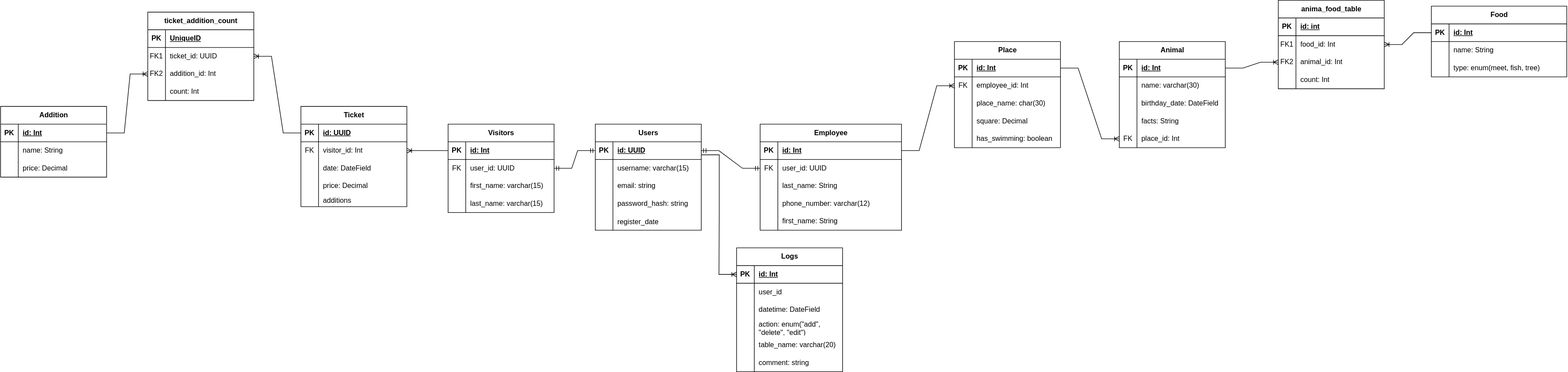
Before: DM&DBMS.drawio.svg, a diagram exported from draw.io (mi-g-alex/DM-DBMS). Source tidied: cells renumbered, new cells last; positions are measured from the earlier drawing's top-left corner, leaving out a move shared by most shapes.
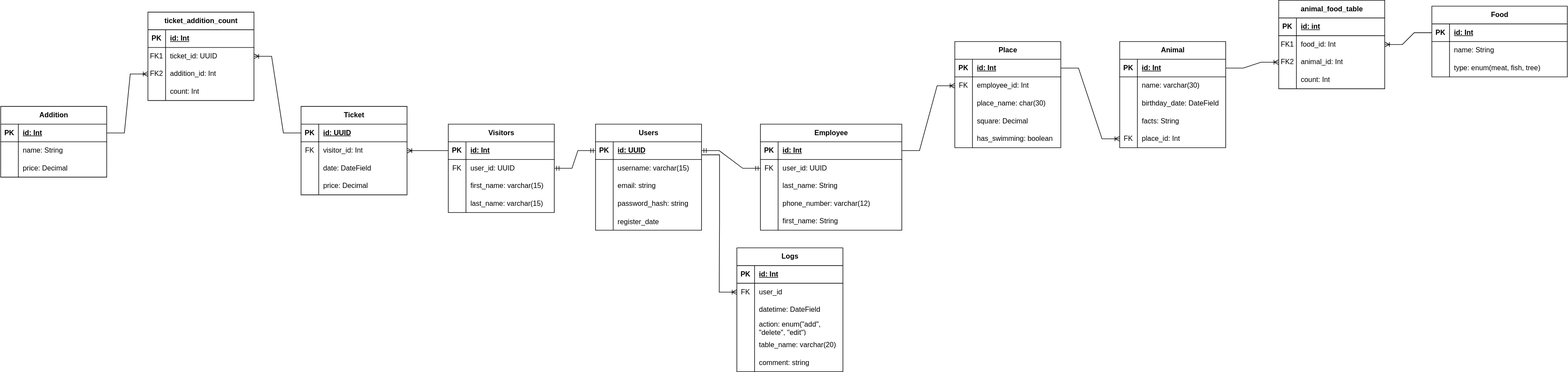
Later version of the same file.

Change to the diagram source:
```diff
@@ -93,7 +93,7 @@
       <mxGeometry relative="1" as="geometry" />
     </mxCell>
     <mxCell id="32" value="Ticket" style="shape=table;startSize=30;rowLines=0;fontStyle=1;align=center;html=1;" parent="1" vertex="1">
-      <mxGeometry x="510" y="180" width="180" height="170" as="geometry" />
+      <mxGeometry x="510" y="180" width="180" height="150" as="geometry" />
     </mxCell>
     <mxCell id="33" style="shape=tableRow;horizontal=0;startSize=0;swimlaneHead=0;swimlaneBody=0;fillColor=none;points=[[0,0.5],[1,0.5]];portConstraint=eastwest;top=0;left=0;right=0;bottom=1;" parent="32" vertex="1">
       <mxGeometry y="30" width="180" height="30" as="geometry" />
@@ -131,15 +131,6 @@
     <mxCell id="44" value="price: Decimal" style="shape=partialRectangle;fillColor=none;top=0;left=0;bottom=0;right=0;align=left;spacingLeft=6;overflow=hidden;whiteSpace=wrap;html=1;" parent="42" vertex="1">
       <mxGeometry x="30" width="150" height="30" as="geometry" />
     </mxCell>
-    <mxCell id="45" style="shape=tableRow;horizontal=0;startSize=0;swimlaneHead=0;swimlaneBody=0;fillColor=none;top=0;left=0;right=0;bottom=0;" parent="32" vertex="1">
-      <mxGeometry y="150" width="180" height="20" as="geometry" />
-    </mxCell>
-    <mxCell id="46" style="shape=partialRectangle;fillColor=none;top=0;left=0;bottom=0;right=0;overflow=hidden;whiteSpace=wrap;html=1;" parent="45" vertex="1">
-      <mxGeometry width="30" height="20" as="geometry" />
-    </mxCell>
-    <mxCell id="47" value="additions" style="shape=partialRectangle;fillColor=none;top=0;left=0;bottom=0;right=0;align=left;spacingLeft=6;overflow=hidden;whiteSpace=wrap;html=1;" parent="45" vertex="1">
-      <mxGeometry x="30" width="150" height="20" as="geometry" />
-    </mxCell>
     <mxCell id="48" value="Addition" style="shape=table;startSize=30;rowLines=0;fontStyle=1;align=center;html=1;" parent="1" vertex="1">
       <mxGeometry y="180" width="180" height="120" as="geometry" />
     </mxCell>
@@ -179,7 +170,7 @@
     <mxCell id="60" value="PK" style="shape=partialRectangle;fillColor=none;top=0;left=0;bottom=0;right=0;fontStyle=1;overflow=hidden;whiteSpace=wrap;html=1;" parent="59" vertex="1">
       <mxGeometry width="30" height="30" as="geometry" />
     </mxCell>
-    <mxCell id="61" value="UniqueID" style="shape=partialRectangle;fillColor=none;top=0;left=0;bottom=0;right=0;align=left;spacingLeft=6;fontStyle=5;overflow=hidden;whiteSpace=wrap;html=1;" parent="59" vertex="1">
+    <mxCell id="61" value="id: Int" style="shape=partialRectangle;fillColor=none;top=0;left=0;bottom=0;right=0;align=left;spacingLeft=6;fontStyle=5;overflow=hidden;whiteSpace=wrap;html=1;" parent="59" vertex="1">
       <mxGeometry x="30" width="150" height="30" as="geometry" />
     </mxCell>
     <mxCell id="62" style="shape=tableRow;horizontal=0;startSize=0;swimlaneHead=0;swimlaneBody=0;fillColor=none;points=[[0,0.5],[1,0.5]];portConstraint=eastwest;top=0;left=0;right=0;bottom=0;" parent="58" vertex="1">
@@ -392,10 +383,10 @@
     <mxCell id="131" style="shape=partialRectangle;fillColor=none;top=0;left=0;bottom=0;right=0;overflow=hidden;whiteSpace=wrap;html=1;" parent="130" vertex="1">
       <mxGeometry width="30" height="30" as="geometry" />
     </mxCell>
-    <mxCell id="132" value="type: enum(meet, fish, tree)" style="shape=partialRectangle;fillColor=none;top=0;left=0;bottom=0;right=0;align=left;spacingLeft=6;overflow=hidden;whiteSpace=wrap;html=1;" parent="130" vertex="1">
+    <mxCell id="132" value="type: enum(meat, fish, tree)" style="shape=partialRectangle;fillColor=none;top=0;left=0;bottom=0;right=0;align=left;spacingLeft=6;overflow=hidden;whiteSpace=wrap;html=1;" parent="130" vertex="1">
       <mxGeometry x="30" width="200" height="30" as="geometry" />
     </mxCell>
-    <mxCell id="133" value="anima_food_table" style="shape=table;startSize=30;rowLines=0;fontStyle=1;align=center;html=1;" parent="1" vertex="1">
+    <mxCell id="133" value="animal_food_table" style="shape=table;startSize=30;rowLines=0;fontStyle=1;align=center;html=1;" parent="1" vertex="1">
       <mxGeometry x="2170" width="180" height="150" as="geometry" />
     </mxCell>
     <mxCell id="134" style="shape=tableRow;horizontal=0;startSize=0;swimlaneHead=0;swimlaneBody=0;fillColor=none;top=0;left=0;right=0;bottom=1;" parent="133" vertex="1">
@@ -461,7 +452,7 @@
     <mxCell id="154" style="shape=tableRow;horizontal=0;startSize=0;swimlaneHead=0;swimlaneBody=0;fillColor=none;points=[[0,0.5],[1,0.5]];portConstraint=eastwest;top=0;left=0;right=0;bottom=0;" parent="150" vertex="1">
       <mxGeometry y="60" width="180" height="30" as="geometry" />
     </mxCell>
-    <mxCell id="155" style="shape=partialRectangle;fillColor=none;top=0;left=0;bottom=0;right=0;overflow=hidden;whiteSpace=wrap;html=1;" parent="154" vertex="1">
+    <mxCell id="155" value="FK" style="shape=partialRectangle;fillColor=none;top=0;left=0;bottom=0;right=0;overflow=hidden;whiteSpace=wrap;html=1;" parent="154" vertex="1">
       <mxGeometry width="30" height="30" as="geometry" />
     </mxCell>
     <mxCell id="156" value="user_id" style="shape=partialRectangle;fillColor=none;top=0;left=0;bottom=0;right=0;align=left;spacingLeft=6;overflow=hidden;whiteSpace=wrap;html=1;" parent="154" vertex="1">
@@ -503,7 +494,7 @@
     <mxCell id="168" value="comment: string" style="shape=partialRectangle;fillColor=none;top=0;left=0;bottom=0;right=0;align=left;spacingLeft=6;overflow=hidden;whiteSpace=wrap;html=1;" parent="166" vertex="1">
       <mxGeometry x="30" width="150" height="30" as="geometry" />
     </mxCell>
-    <mxCell id="169" style="edgeStyle=entityRelationEdgeStyle;fontSize=12;html=1;endArrow=ERoneToMany;rounded=0;entryX=0;entryY=0.5;entryDx=0;entryDy=0;exitX=1.003;exitY=0.736;exitDx=0;exitDy=0;exitPerimeter=0;" parent="1" edge="1" source="3" target="151">
+    <mxCell id="169" style="edgeStyle=entityRelationEdgeStyle;fontSize=12;html=1;endArrow=ERoneToMany;rounded=0;entryX=0;entryY=0.5;entryDx=0;entryDy=0;exitX=1.003;exitY=0.736;exitDx=0;exitDy=0;exitPerimeter=0;" parent="1" edge="1" source="3" target="154">
       <mxGeometry relative="1" as="geometry" />
     </mxCell>
   </root>
```
